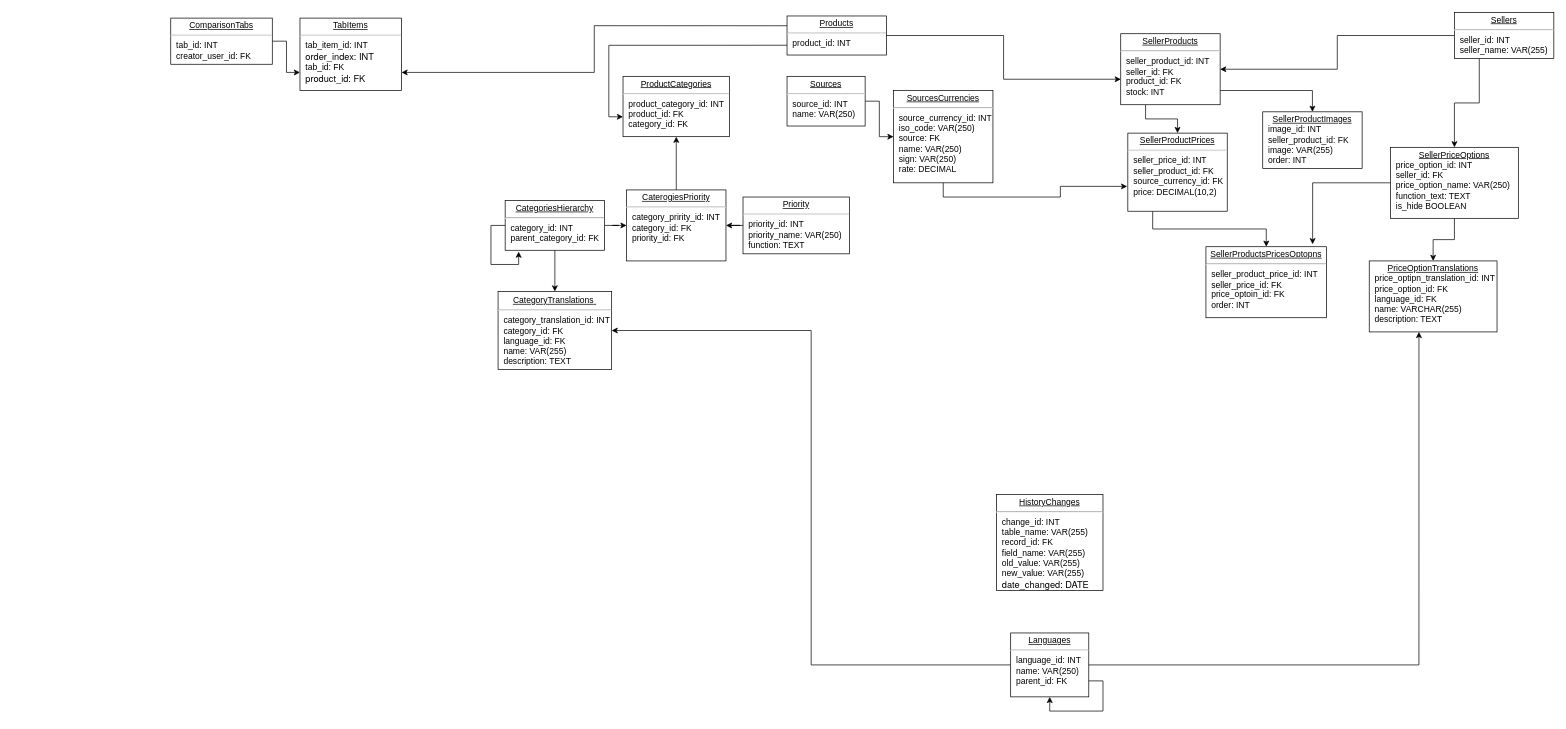
The draw.io diagram db.drawio in vinter-man/db_draw_io, before the edit. Source tidied: cells renumbered, new cells numbered last; positions are measured from the earlier drawing's top-left corner, leaving out a move shared by most shapes. Both pictures are drawn from the tidied source at 71%, with x=0, y=0 at pixel (170, 12).
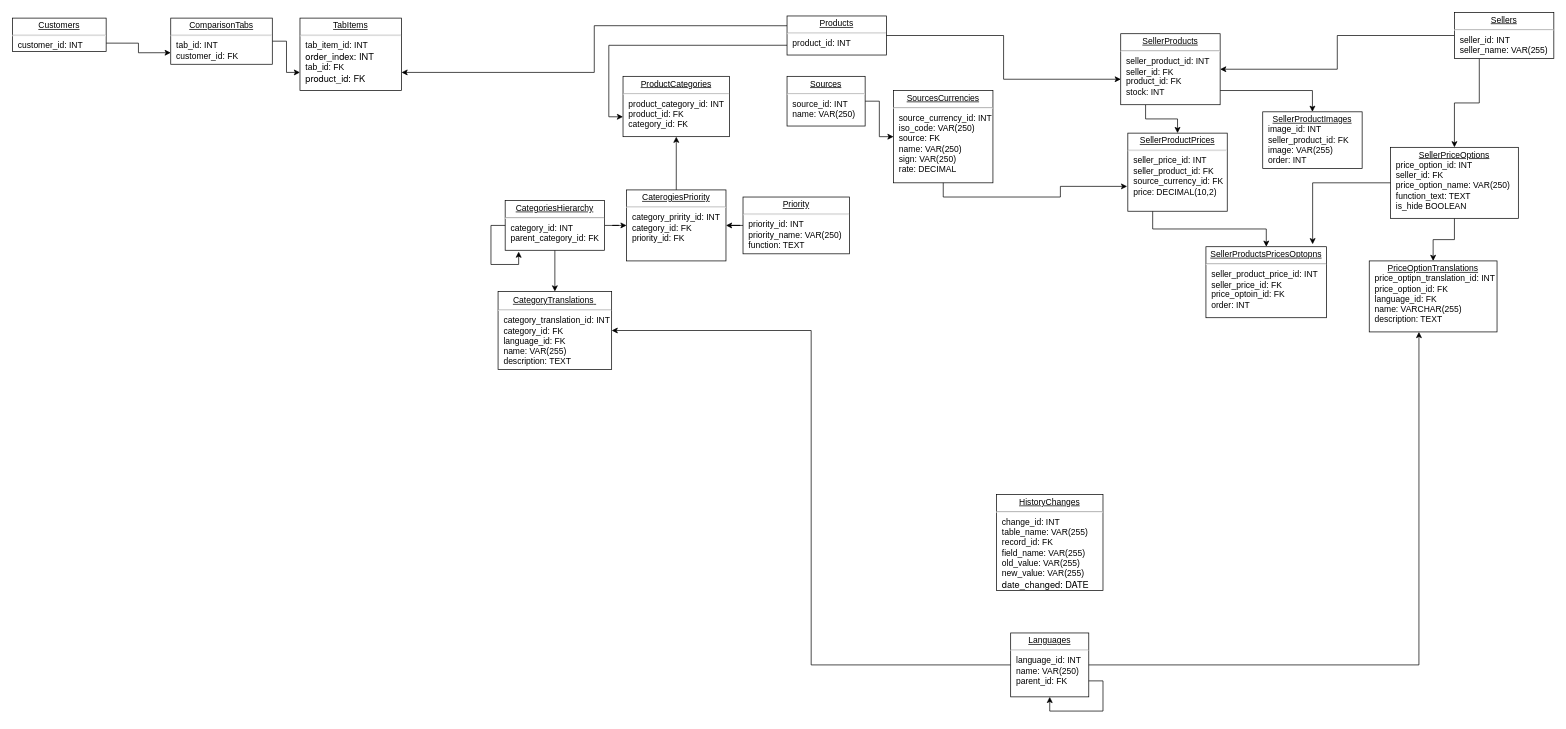
The same page after the edit.

Commit message:
customers table

Change to the diagram source:
```diff
@@
-    <mxCell id="40" value="&lt;p style=&quot;margin: 0px ; margin-top: 4px ; text-align: center ; text-decoration: underline&quot;&gt;ComparisonTabs&lt;/p&gt;&lt;hr&gt;&lt;p style=&quot;margin: 0px ; margin-left: 8px&quot;&gt;tab_id: INT&lt;/p&gt;&lt;p style=&quot;margin: 0px ; margin-left: 8px&quot;&gt;creator_user_id: FK&lt;/p&gt;&lt;p style=&quot;margin: 0px ; margin-left: 8px&quot;&gt;&lt;br&gt;&lt;/p&gt;&lt;p style=&quot;margin: 0px ; margin-left: 8px&quot;&gt;&lt;br&gt;&lt;/p&gt;" style="verticalAlign=top;align=left;overflow=fill;fontSize=12;fontFamily=Helvetica;html=1;rounded=0;shadow=0;comic=0;labelBackgroundColor=none;strokeWidth=1;" parent="1" vertex="1">
+    <mxCell id="40" value="&lt;p style=&quot;margin: 0px ; margin-top: 4px ; text-align: center ; text-decoration: underline&quot;&gt;ComparisonTabs&lt;/p&gt;&lt;hr&gt;&lt;p style=&quot;margin: 0px ; margin-left: 8px&quot;&gt;tab_id: INT&lt;/p&gt;&lt;p style=&quot;margin: 0px ; margin-left: 8px&quot;&gt;customer_id: FK&lt;/p&gt;&lt;p style=&quot;margin: 0px ; margin-left: 8px&quot;&gt;&lt;br&gt;&lt;/p&gt;&lt;p style=&quot;margin: 0px ; margin-left: 8px&quot;&gt;&lt;br&gt;&lt;/p&gt;" style="verticalAlign=top;align=left;overflow=fill;fontSize=12;fontFamily=Helvetica;html=1;rounded=0;shadow=0;comic=0;labelBackgroundColor=none;strokeWidth=1;" parent="1" vertex="1">
       <mxGeometry y="8" width="143" height="65" as="geometry" />
     </mxCell>
@@
+    <mxCell id="42" style="edgeStyle=orthogonalEdgeStyle;rounded=0;jettySize=auto;html=1;exitX=1;exitY=0.75;exitDx=0;exitDy=0;entryX=0;entryY=0.75;entryDx=0;entryDy=0;" parent="1" edge="1" source="43" target="40">
+      <mxGeometry relative="1" as="geometry" />
+    </mxCell>
+    <mxCell id="43" value="&lt;p style=&quot;margin: 0px ; margin-top: 4px ; text-align: center ; text-decoration: underline&quot;&gt;Customers&lt;/p&gt;&lt;hr&gt;&lt;p style=&quot;margin: 0px ; margin-left: 8px&quot;&gt;customer_id: INT&lt;/p&gt;&lt;p style=&quot;margin: 0px ; margin-left: 8px&quot;&gt;&lt;br&gt;&lt;/p&gt;" style="verticalAlign=top;align=left;overflow=fill;fontSize=12;fontFamily=Helvetica;html=1;rounded=0;shadow=0;comic=0;labelBackgroundColor=none;strokeWidth=1;" parent="1" vertex="1">
+      <mxGeometry x="-223" y="8" width="132" height="47" as="geometry" />
+    </mxCell>
```
